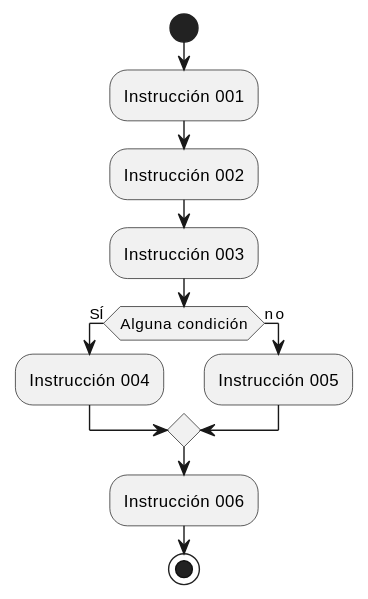
This is imagenes/modelosUML/alternativas002.svg from mmasias/23-24-prg1, a PlantUML export, as it was before one commit.
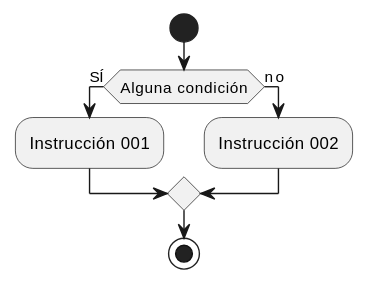
The same file after the commit.

The edit, as a diff of the source:
```diff
@@ -1,17 +1,12 @@
 @startuml
 start
 
-:Instrucción 001;
-:Instrucción 002;
-:Instrucción 003;
-
 if (Alguna condición) then (SÍ)
-  :Instrucción 004;
+  :Instrucción 001;
 else (no)
-  :Instrucción 005;
+  :Instrucción 002;
 endif
 
-:Instrucción 006;
 
 stop
 @enduml
```
